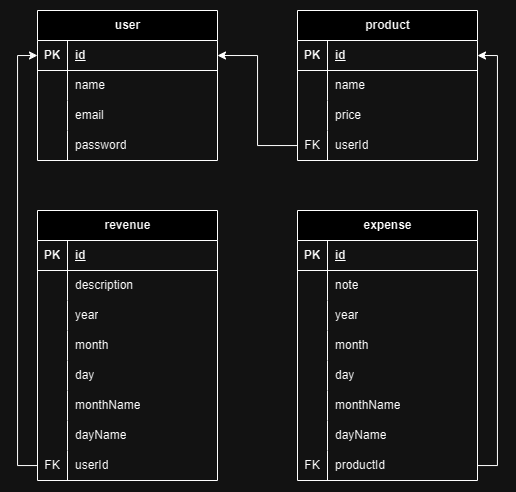
Before: expense management.drawio.png, a diagram exported from draw.io (stivenjsdev/expense-management-back). Source tidied: cells renumbered, new cells last; positions are measured from the earlier drawing's top-left corner, leaving out a move shared by most shapes.
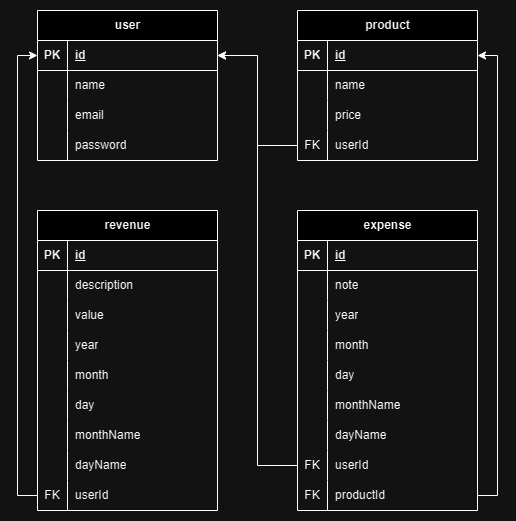
Later version of the same file.

Change to the diagram source:
```diff
@@ -81,7 +81,7 @@
       <mxGeometry x="30" width="150" height="30" as="geometry" />
     </mxCell>
     <mxCell id="28" value="expense" style="shape=table;startSize=30;rowLines=0;fontStyle=1;align=center;html=1;" parent="1" vertex="1">
-      <mxGeometry x="260" y="200" width="180" height="270" as="geometry" />
+      <mxGeometry x="260" y="200" width="180" height="300" as="geometry" />
     </mxCell>
     <mxCell id="29" style="shape=tableRow;horizontal=0;startSize=0;swimlaneHead=0;swimlaneBody=0;fillColor=none;top=0;left=0;right=0;bottom=1;" parent="28" vertex="1">
       <mxGeometry y="30" width="180" height="30" as="geometry" />
@@ -146,8 +146,17 @@
     <mxCell id="49" value="dayName" style="shape=partialRectangle;fillColor=none;top=0;left=0;bottom=0;right=0;align=left;spacingLeft=6;overflow=hidden;whiteSpace=wrap;html=1;" parent="47" vertex="1">
       <mxGeometry x="30" width="150" height="30" as="geometry" />
     </mxCell>
+    <mxCell id="81" style="shape=tableRow;horizontal=0;startSize=0;swimlaneHead=0;swimlaneBody=0;fillColor=none;points=[[0,0.5],[1,0.5]];portConstraint=eastwest;top=0;left=0;right=0;bottom=0;" parent="28" vertex="1">
+      <mxGeometry y="240" width="180" height="30" as="geometry" />
+    </mxCell>
+    <mxCell id="82" value="FK" style="shape=partialRectangle;fillColor=none;top=0;left=0;bottom=0;right=0;overflow=hidden;whiteSpace=wrap;html=1;" parent="81" vertex="1">
+      <mxGeometry width="30" height="30" as="geometry" />
+    </mxCell>
+    <mxCell id="83" value="userId" style="shape=partialRectangle;fillColor=none;top=0;left=0;bottom=0;right=0;align=left;spacingLeft=6;overflow=hidden;whiteSpace=wrap;html=1;" parent="81" vertex="1">
+      <mxGeometry x="30" width="150" height="30" as="geometry" />
+    </mxCell>
     <mxCell id="50" style="shape=tableRow;horizontal=0;startSize=0;swimlaneHead=0;swimlaneBody=0;fillColor=none;points=[[0,0.5],[1,0.5]];portConstraint=eastwest;top=0;left=0;right=0;bottom=0;" parent="28" vertex="1">
-      <mxGeometry y="240" width="180" height="30" as="geometry" />
+      <mxGeometry y="270" width="180" height="30" as="geometry" />
     </mxCell>
     <mxCell id="51" value="FK" style="shape=partialRectangle;fillColor=none;top=0;left=0;bottom=0;right=0;overflow=hidden;whiteSpace=wrap;html=1;" parent="50" vertex="1">
       <mxGeometry width="30" height="30" as="geometry" />
@@ -156,7 +165,7 @@
       <mxGeometry x="30" width="150" height="30" as="geometry" />
     </mxCell>
     <mxCell id="53" value="revenue" style="shape=table;startSize=30;rowLines=0;fontStyle=1;align=center;html=1;" parent="1" vertex="1">
-      <mxGeometry y="200" width="180" height="270" as="geometry" />
+      <mxGeometry y="200" width="180" height="300" as="geometry" />
     </mxCell>
     <mxCell id="54" style="shape=tableRow;horizontal=0;startSize=0;swimlaneHead=0;swimlaneBody=0;fillColor=none;top=0;left=0;right=0;bottom=1;" parent="53" vertex="1">
       <mxGeometry y="30" width="180" height="30" as="geometry" />
@@ -176,8 +185,17 @@
     <mxCell id="59" value="description" style="shape=partialRectangle;fillColor=none;top=0;left=0;bottom=0;right=0;align=left;spacingLeft=6;overflow=hidden;whiteSpace=wrap;html=1;" parent="57" vertex="1">
       <mxGeometry x="30" width="150" height="30" as="geometry" />
     </mxCell>
+    <mxCell id="84" style="shape=tableRow;horizontal=0;startSize=0;swimlaneHead=0;swimlaneBody=0;fillColor=none;top=0;left=0;right=0;bottom=0;" parent="53" vertex="1">
+      <mxGeometry y="90" width="180" height="30" as="geometry" />
+    </mxCell>
+    <mxCell id="85" style="shape=partialRectangle;fillColor=none;top=0;left=0;bottom=0;right=0;overflow=hidden;whiteSpace=wrap;html=1;" parent="84" vertex="1">
+      <mxGeometry width="30" height="30" as="geometry" />
+    </mxCell>
+    <mxCell id="86" value="value" style="shape=partialRectangle;fillColor=none;top=0;left=0;bottom=0;right=0;align=left;spacingLeft=6;overflow=hidden;whiteSpace=wrap;html=1;" parent="84" vertex="1">
+      <mxGeometry x="30" width="150" height="30" as="geometry" />
+    </mxCell>
     <mxCell id="60" style="shape=tableRow;horizontal=0;startSize=0;swimlaneHead=0;swimlaneBody=0;fillColor=none;top=0;left=0;right=0;bottom=0;" parent="53" vertex="1">
-      <mxGeometry y="90" width="180" height="30" as="geometry" />
+      <mxGeometry y="120" width="180" height="30" as="geometry" />
     </mxCell>
     <mxCell id="61" style="shape=partialRectangle;fillColor=none;top=0;left=0;bottom=0;right=0;overflow=hidden;whiteSpace=wrap;html=1;" parent="60" vertex="1">
       <mxGeometry width="30" height="30" as="geometry" />
@@ -186,7 +204,7 @@
       <mxGeometry x="30" width="150" height="30" as="geometry" />
     </mxCell>
     <mxCell id="63" style="shape=tableRow;horizontal=0;startSize=0;swimlaneHead=0;swimlaneBody=0;fillColor=none;top=0;left=0;right=0;bottom=0;" parent="53" vertex="1">
-      <mxGeometry y="120" width="180" height="30" as="geometry" />
+      <mxGeometry y="150" width="180" height="30" as="geometry" />
     </mxCell>
     <mxCell id="64" style="shape=partialRectangle;fillColor=none;top=0;left=0;bottom=0;right=0;overflow=hidden;whiteSpace=wrap;html=1;" parent="63" vertex="1">
       <mxGeometry width="30" height="30" as="geometry" />
@@ -195,7 +213,7 @@
       <mxGeometry x="30" width="150" height="30" as="geometry" />
     </mxCell>
     <mxCell id="66" style="shape=tableRow;horizontal=0;startSize=0;swimlaneHead=0;swimlaneBody=0;fillColor=none;top=0;left=0;right=0;bottom=0;" parent="53" vertex="1">
-      <mxGeometry y="150" width="180" height="30" as="geometry" />
+      <mxGeometry y="180" width="180" height="30" as="geometry" />
     </mxCell>
     <mxCell id="67" style="shape=partialRectangle;fillColor=none;top=0;left=0;bottom=0;right=0;overflow=hidden;whiteSpace=wrap;html=1;" parent="66" vertex="1">
       <mxGeometry width="30" height="30" as="geometry" />
@@ -204,7 +222,7 @@
       <mxGeometry x="30" width="150" height="30" as="geometry" />
     </mxCell>
     <mxCell id="69" style="shape=tableRow;horizontal=0;startSize=0;swimlaneHead=0;swimlaneBody=0;fillColor=none;top=0;left=0;right=0;bottom=0;" parent="53" vertex="1">
-      <mxGeometry y="180" width="180" height="30" as="geometry" />
+      <mxGeometry y="210" width="180" height="30" as="geometry" />
     </mxCell>
     <mxCell id="70" style="shape=partialRectangle;fillColor=none;top=0;left=0;bottom=0;right=0;overflow=hidden;whiteSpace=wrap;html=1;" parent="69" vertex="1">
       <mxGeometry width="30" height="30" as="geometry" />
@@ -213,7 +231,7 @@
       <mxGeometry x="30" width="150" height="30" as="geometry" />
     </mxCell>
     <mxCell id="72" style="shape=tableRow;horizontal=0;startSize=0;swimlaneHead=0;swimlaneBody=0;fillColor=none;top=0;left=0;right=0;bottom=0;" parent="53" vertex="1">
-      <mxGeometry y="210" width="180" height="30" as="geometry" />
+      <mxGeometry y="240" width="180" height="30" as="geometry" />
     </mxCell>
     <mxCell id="73" style="shape=partialRectangle;fillColor=none;top=0;left=0;bottom=0;right=0;overflow=hidden;whiteSpace=wrap;html=1;" parent="72" vertex="1">
       <mxGeometry width="30" height="30" as="geometry" />
@@ -222,7 +240,7 @@
       <mxGeometry x="30" width="150" height="30" as="geometry" />
     </mxCell>
     <mxCell id="75" style="shape=tableRow;horizontal=0;startSize=0;swimlaneHead=0;swimlaneBody=0;fillColor=none;points=[[0,0.5],[1,0.5]];portConstraint=eastwest;top=0;left=0;right=0;bottom=0;" parent="53" vertex="1">
-      <mxGeometry y="240" width="180" height="30" as="geometry" />
+      <mxGeometry y="270" width="180" height="30" as="geometry" />
     </mxCell>
     <mxCell id="76" value="FK" style="shape=partialRectangle;fillColor=none;top=0;left=0;bottom=0;right=0;overflow=hidden;whiteSpace=wrap;html=1;" parent="75" vertex="1">
       <mxGeometry width="30" height="30" as="geometry" />
@@ -239,10 +257,13 @@
     <mxCell id="80" style="edgeStyle=orthogonalEdgeStyle;rounded=0;jettySize=auto;html=1;entryX=1;entryY=0.5;entryDx=0;entryDy=0;" parent="1" edge="1" source="50" target="3">
       <mxGeometry relative="1" as="geometry">
         <Array as="points">
-          <mxPoint x="460" y="455" />
+          <mxPoint x="460" y="485" />
           <mxPoint x="460" y="45" />
         </Array>
       </mxGeometry>
     </mxCell>
+    <mxCell id="87" style="edgeStyle=orthogonalEdgeStyle;rounded=0;jettySize=auto;html=1;entryX=1;entryY=0.5;entryDx=0;entryDy=0;" parent="1" edge="1" source="81" target="16">
+      <mxGeometry relative="1" as="geometry" />
+    </mxCell>
   </root>
 </mxGraphModel>
```
